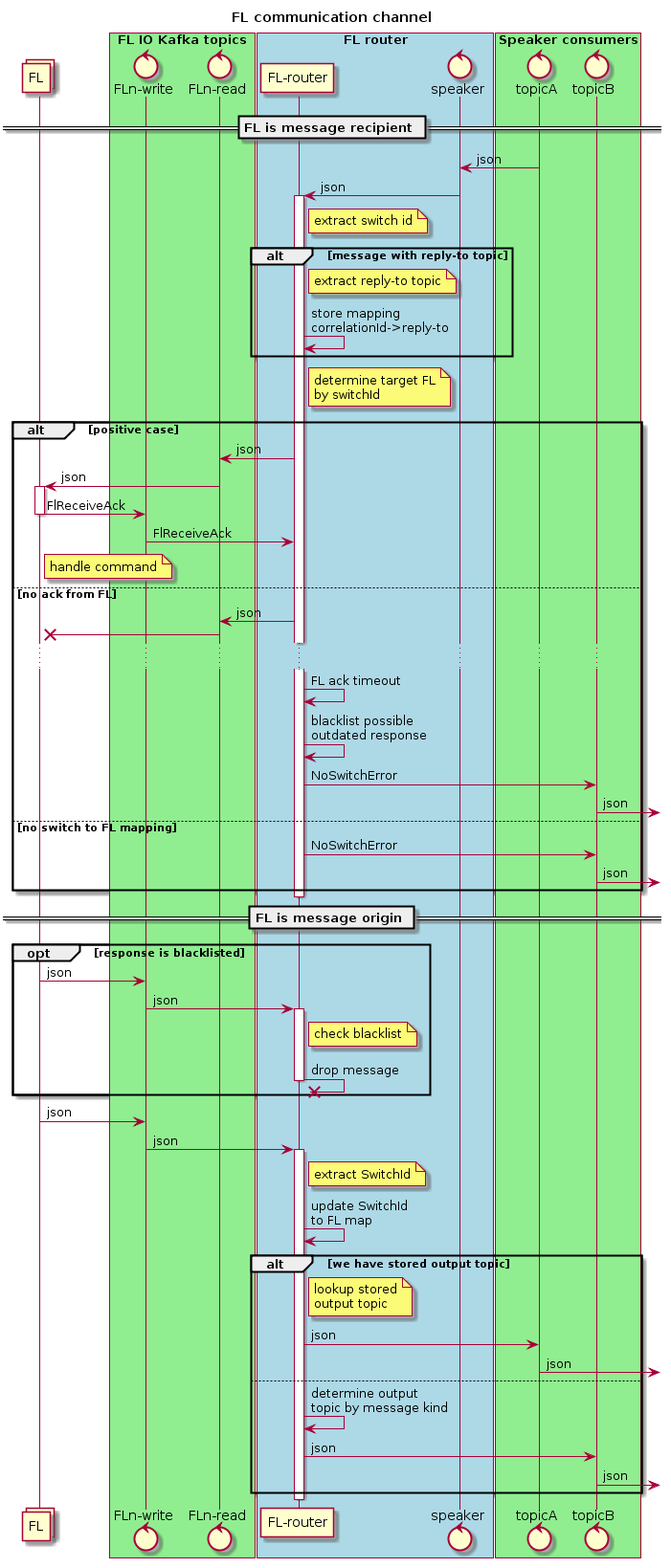
Above: docs/design/fl-parallelism/fl-communication.png in telstra/open-kilda (PlantUML), before the change. Its diagram source:
```plantuml
@startuml
title FL communication channel

collections FL

box "FL IO Kafka topics" #LightGreen
control "FLn-write" as fl_write
control "FLn-read" as fl_read
end box

box "FL router" #LightBlue
participant "FL-router" as fl_router
control "speaker"
end box

box "Speaker consumers" #LightGreen
control "topicA"
control "topicB"
end box

== FL is message recipient ==

topicA -> speaker: json
speaker -> fl_router: json

activate fl_router
note right of fl_router: extract switch id
alt message with reply-to topic
    note right of fl_router: extract reply-to topic
    fl_router -> fl_router: store mapping\ncorrelationId->reply-to
end

note right of fl_router: determine target FL\nby switchId
alt positive case
    fl_router -> fl_read: json
    fl_read -> FL: json
    activate FL
    FL -> fl_write: FlReceiveAck
    deactivate FL
    fl_write -> fl_router: FlReceiveAck
    note right of FL: handle command
else no ack from FL
    fl_router -> fl_read: json
    fl_read ->X FL
    ...
    fl_router -> fl_router: FL ack timeout
    fl_router -> fl_router: blacklist possible\noutdated response
    fl_router -> topicB: NoSwitchError
    topicB -> : json
else no switch to FL mapping
    fl_router -> topicB: NoSwitchError
    topicB -> : json
end
deactivate fl_router

== FL is message origin ==

opt response is blacklisted
    FL -> fl_write: json
    fl_write -> fl_router: json
    activate fl_router
    note right of fl_router: check blacklist
    fl_router ->X fl_router: drop message
    deactivate fl_router
end

FL -> fl_write: json
fl_write -> fl_router: json
activate fl_router
note right of fl_router: extract SwitchId
fl_router -> fl_router: update SwitchId\nto FL map
alt we have stored output topic
    note right of fl_router: lookup stored\noutput topic
    fl_router -> topicA: json
    topicA -> :json
else
    fl_router -> fl_router: determine output\ntopic by message kind
    fl_router -> topicB: json
    topicB -> :json
end
deactivate fl_router

@enduml
```
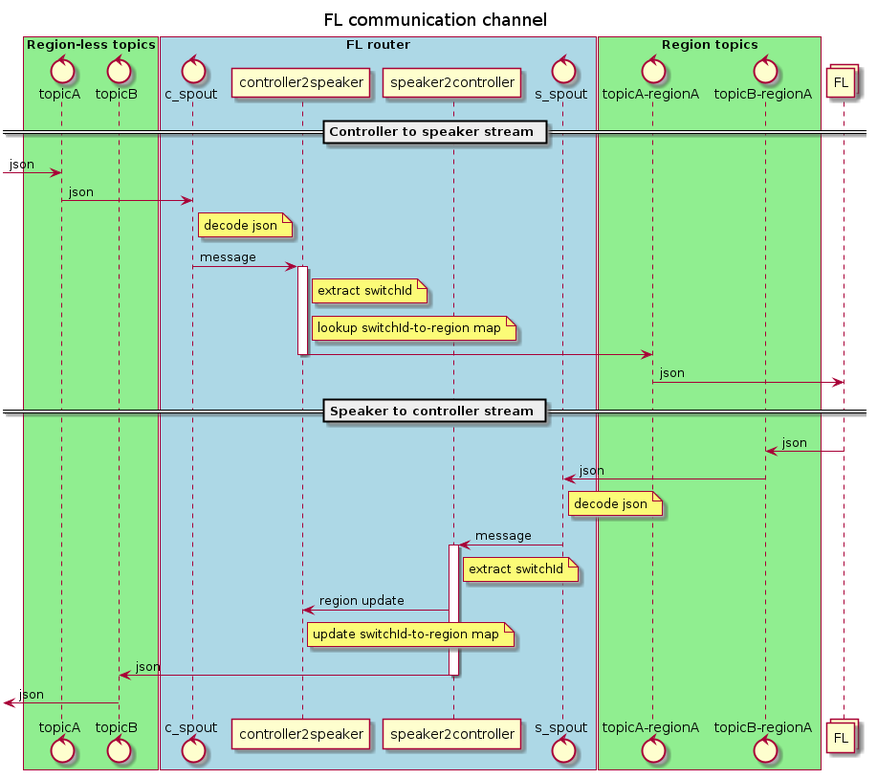
The same diagram one commit later.

Diff of the diagram source:
```diff
@@ -1,83 +1,58 @@
 @startuml
+
 title FL communication channel
 
-collections FL
-
-box "FL IO Kafka topics" #LightGreen
-control "FLn-write" as fl_write
-control "FLn-read" as fl_read
-end box
-
-box "FL router" #LightBlue
-participant "FL-router" as fl_router
-control "speaker"
-end box
-
-box "Speaker consumers" #LightGreen
+box "Region-less topics" #LightGreen
 control "topicA"
 control "topicB"
 end box
 
-== FL is message recipient ==
+box "FL router" #LightBlue
+control "c_spout" as rc_spout
+participant "controller2speaker" as cs_proxy
+participant "speaker2controller" as sc_proxy
+control "s_spout" as rs_spout
+end box
 
-topicA -> speaker: json
-speaker -> fl_router: json
+box "Region topics" #LightGreen
+control "topicA-regionA" as region_topicA
+control "topicB-regionA" as region_topicB
+end box
 
-activate fl_router
-note right of fl_router: extract switch id
-alt message with reply-to topic
-    note right of fl_router: extract reply-to topic
-    fl_router -> fl_router: store mapping\ncorrelationId->reply-to
-end
+collections FL
 
-note right of fl_router: determine target FL\nby switchId
-alt positive case
-    fl_router -> fl_read: json
-    fl_read -> FL: json
-    activate FL
-    FL -> fl_write: FlReceiveAck
-    deactivate FL
-    fl_write -> fl_router: FlReceiveAck
-    note right of FL: handle command
-else no ack from FL
-    fl_router -> fl_read: json
-    fl_read ->X FL
-    ...
-    fl_router -> fl_router: FL ack timeout
-    fl_router -> fl_router: blacklist possible\noutdated response
-    fl_router -> topicB: NoSwitchError
-    topicB -> : json
-else no switch to FL mapping
-    fl_router -> topicB: NoSwitchError
-    topicB -> : json
-end
-deactivate fl_router
+== Controller to speaker stream ==
+-> topicA : json
 
-== FL is message origin ==
+topicA -> rc_spout : json
+note right of rc_spout : decode json
+rc_spout -> cs_proxy : message
+activate cs_proxy
 
-opt response is blacklisted
-    FL -> fl_write: json
-    fl_write -> fl_router: json
-    activate fl_router
-    note right of fl_router: check blacklist
-    fl_router ->X fl_router: drop message
-    deactivate fl_router
-end
+note right of cs_proxy : extract switchId
+note right of cs_proxy : lookup switchId-to-region map
 
-FL -> fl_write: json
-fl_write -> fl_router: json
-activate fl_router
-note right of fl_router: extract SwitchId
-fl_router -> fl_router: update SwitchId\nto FL map
-alt we have stored output topic
-    note right of fl_router: lookup stored\noutput topic
-    fl_router -> topicA: json
-    topicA -> :json
-else
-    fl_router -> fl_router: determine output\ntopic by message kind
-    fl_router -> topicB: json
-    topicB -> :json
-end
-deactivate fl_router
+cs_proxy -> region_topicA
+deactivate cs_proxy
+
+region_topicA -> FL : json
+
+== Speaker to controller stream ==
+
+FL -> region_topicB : json
+region_topicB -> rs_spout : json
+note right of rs_spout : decode json
+
+rs_spout -> sc_proxy : message
+activate sc_proxy
+note right of sc_proxy : extract switchId
+
+sc_proxy -> cs_proxy : region update
+note right of cs_proxy : update switchId-to-region map
+
+sc_proxy -> topicB : json
+deactivate sc_proxy
+
+<- topicB : json
 
 @enduml
```
